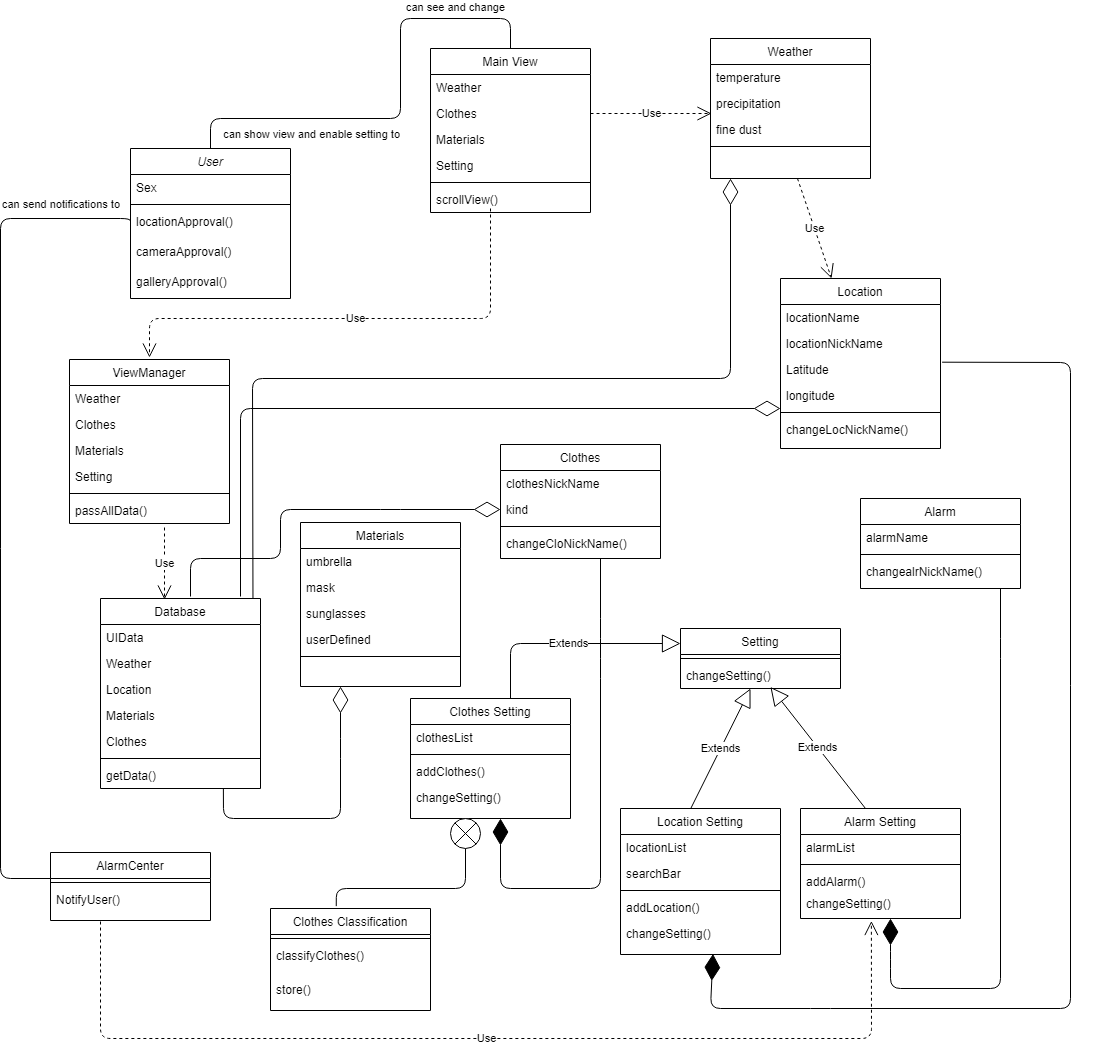
The draw.io diagram class1.png in kong430/Moning-diagram, before a commit. Source tidied: cells renumbered, new cells last; positions are measured from the earlier drawing's top-left corner, leaving out a move shared by most shapes.
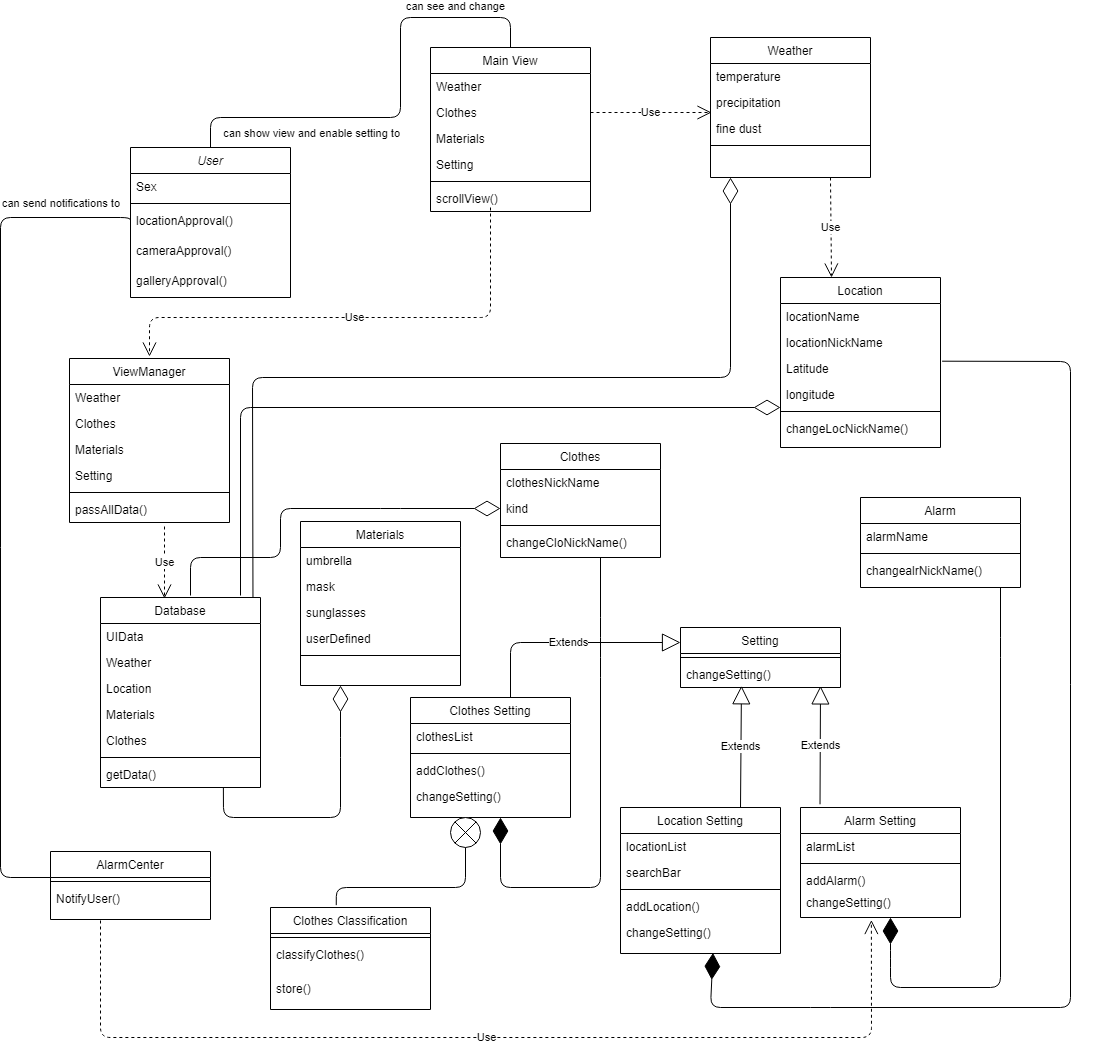
The same diagram one commit later.

Diff of the diagram source:
```diff
@@ -77,9 +77,9 @@
     <mxCell id="26" value="changeLocNickName()" style="text;align=left;verticalAlign=top;spacingLeft=4;spacingRight=4;overflow=hidden;" parent="20" vertex="1">
       <mxGeometry y="138" width="160" height="26" as="geometry" />
     </mxCell>
-    <mxCell id="27" value="Use" style="endArrow=open;endSize=12;dashed=1;html=1;" parent="1" edge="1" target="20">
+    <mxCell id="27" value="Use" style="endArrow=open;endSize=12;dashed=1;html=1;exitX=0.75;exitY=1;exitDx=0;exitDy=0;" parent="1" edge="1" source="28">
       <mxGeometry relative="1" as="geometry">
-        <mxPoint x="797" y="170" as="sourcePoint" />
+        <mxPoint x="831" y="270" as="targetPoint" />
       </mxGeometry>
     </mxCell>
     <mxCell id="28" value="Weather" style="swimlane;fontStyle=0;align=center;verticalAlign=top;horizontal=1;startSize=26;rounded=0;shadow=0;strokeWidth=1;" parent="1" vertex="1">
@@ -134,10 +134,8 @@
     <mxCell id="42" value="changeSetting()" style="text;align=left;verticalAlign=top;spacingLeft=4;spacingRight=4;overflow=hidden;points=[[0,0.5],[1,0.5]];portConstraint=eastwest;" parent="40" vertex="1">
       <mxGeometry y="34" width="160" height="22" as="geometry" />
     </mxCell>
-    <mxCell id="43" value="Extends" style="endArrow=block;endSize=16;endFill=0;html=1;exitX=0.437;exitY=0.005;exitDx=0;exitDy=0;exitPerimeter=0;" parent="1" edge="1" source="44">
-      <mxGeometry relative="1" as="geometry">
-        <mxPoint x="750" y="680" as="targetPoint" />
-      </mxGeometry>
+    <mxCell id="43" value="Extends" style="endArrow=block;endSize=16;endFill=0;html=1;exitX=0.75;exitY=0;exitDx=0;exitDy=0;entryX=0.381;entryY=1.104;entryDx=0;entryDy=0;entryPerimeter=0;" parent="1" edge="1" source="44" target="42">
+      <mxGeometry relative="1" as="geometry" />
     </mxCell>
     <mxCell id="44" value="Location Setting" style="swimlane;fontStyle=0;align=center;verticalAlign=top;horizontal=1;startSize=26;rounded=0;shadow=0;strokeWidth=1;" parent="1" vertex="1">
       <mxGeometry x="620" y="800" width="160" height="146" as="geometry" />
@@ -157,10 +155,8 @@
     <mxCell id="49" value="changeSetting()" style="text;align=left;verticalAlign=top;spacingLeft=4;spacingRight=4;overflow=hidden;points=[[0,0.5],[1,0.5]];portConstraint=eastwest;" parent="44" vertex="1">
       <mxGeometry y="112" width="160" height="34" as="geometry" />
     </mxCell>
-    <mxCell id="50" value="Extends" style="endArrow=block;endSize=16;endFill=0;html=1;entryX=0.562;entryY=1.11;entryDx=0;entryDy=0;entryPerimeter=0;" parent="1" edge="1" target="42">
-      <mxGeometry relative="1" as="geometry">
-        <mxPoint x="865" y="800" as="sourcePoint" />
-      </mxGeometry>
+    <mxCell id="50" value="Extends" style="endArrow=block;endSize=16;endFill=0;html=1;entryX=0.875;entryY=1.11;entryDx=0;entryDy=0;entryPerimeter=0;exitX=0.122;exitY=-0.029;exitDx=0;exitDy=0;exitPerimeter=0;" parent="1" edge="1" source="51" target="42">
+      <mxGeometry relative="1" as="geometry" />
     </mxCell>
     <mxCell id="51" value="Alarm Setting" style="swimlane;fontStyle=0;align=center;verticalAlign=top;horizontal=1;startSize=26;rounded=0;shadow=0;strokeWidth=1;" parent="1" vertex="1">
       <mxGeometry x="800" y="800" width="160" height="110" as="geometry" />
```
